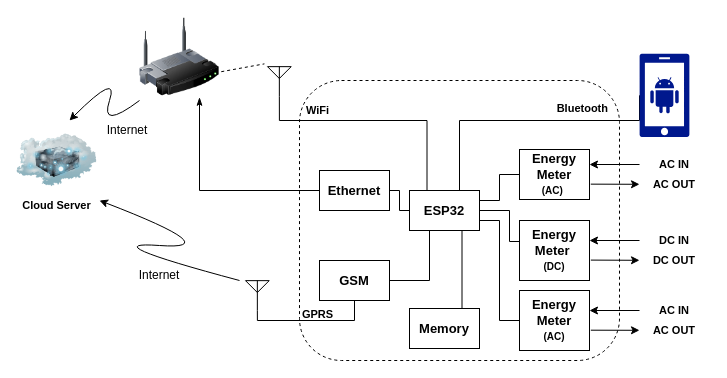
This is page "PV Cloud System" (2 of 2) of PVUnitSystem.drawio from ramadhanafif/photovoltaic_xdp, a draw.io file, before an edit. Source tidied: cells renumbered, new cells numbered last; positions are measured from the earlier drawing's top-left corner, leaving out a move shared by most shapes. Both pictures are drawn from the tidied source at 100%, with x=0, y=0 at pixel (17, 17).
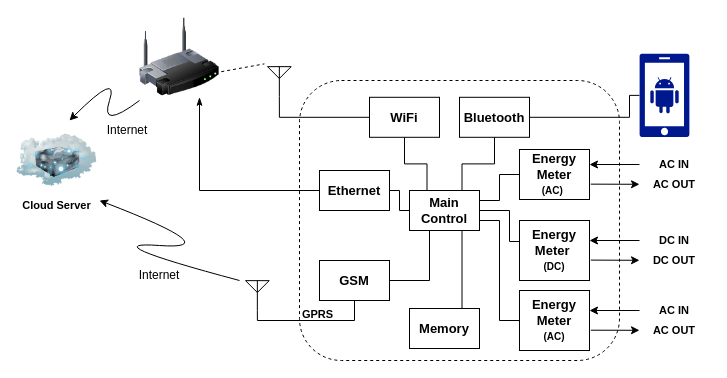
Above is the later version.

Commit message (it also covers changes not shown here):
Rename esp32 to main control

The change refers to these unchanged cells:
```xml
<mxCell id="14" style="verticalLabelPosition=bottom;shadow=0;dashed=0;align=center;html=1;verticalAlign=top;shape=mxgraph.electrical.radio.aerial_-_antenna_2;fontSize=13;" parent="1" vertex="1">
  <mxGeometry x="250" y="49" width="23.7" height="30" as="geometry" />
</mxCell>
<mxCell id="22" style="sketch=0;shadow=0;dashed=0;html=1;strokeColor=none;labelPosition=center;verticalLabelPosition=bottom;verticalAlign=top;align=center;fillColor=#00188D;shape=mxgraph.mscae.enterprise.android_phone;fontSize=11;" parent="1" vertex="1">
  <mxGeometry x="622" y="36.2" width="50" height="83.3" as="geometry" />
</mxCell>
```

The edit, as a diff of the source:
```diff
@@
-    <mxCell id="3" style="edgeStyle=orthogonalEdgeStyle;rounded=0;jettySize=auto;html=1;exitX=0.25;exitY=0;exitDx=0;exitDy=0;fontSize=11;endArrow=none;endFill=0;entryX=0.5;entryY=1;entryDx=0;entryDy=0;entryPerimeter=0;" parent="1" edge="1" source="6" target="14">
+    <mxCell id="3" style="edgeStyle=orthogonalEdgeStyle;rounded=0;jettySize=auto;html=1;fontSize=11;endArrow=none;endFill=0;entryX=0.5;entryY=1;entryDx=0;entryDy=0;entryPerimeter=0;exitX=0;exitY=0.5;exitDx=0;exitDy=0;" parent="1" edge="1" source="15" target="14">
       <mxGeometry relative="1" as="geometry">
         <Array as="points">
-          <mxPoint x="410" y="103" />
-          <mxPoint x="262" y="103" />
+          <mxPoint x="262" y="100" />
         </Array>
       </mxGeometry>
     </mxCell>
@@
-    <mxCell id="5" style="edgeStyle=orthogonalEdgeStyle;rounded=0;jettySize=auto;html=1;exitX=0.5;exitY=0;exitDx=0;exitDy=0;entryX=0;entryY=0.5;entryDx=0;entryDy=0;entryPerimeter=0;fontSize=11;endArrow=none;endFill=0;" parent="1" edge="1" source="6" target="22">
+    <mxCell id="5" style="edgeStyle=orthogonalEdgeStyle;rounded=0;jettySize=auto;html=1;entryX=0;entryY=0.5;entryDx=0;entryDy=0;entryPerimeter=0;fontSize=11;endArrow=none;endFill=0;exitX=1;exitY=0.5;exitDx=0;exitDy=0;" parent="1" edge="1" source="23" target="22">
       <mxGeometry relative="1" as="geometry">
         <Array as="points">
-          <mxPoint x="442" y="173" />
-          <mxPoint x="442" y="103" />
-          <mxPoint x="622" y="103" />
+          <mxPoint x="612" y="100" />
+          <mxPoint x="612" y="78" />
         </Array>
       </mxGeometry>
     </mxCell>
+    <mxCell id="46" style="edgeStyle=orthogonalEdgeStyle;rounded=0;jettySize=auto;html=1;exitX=0.25;exitY=0;exitDx=0;exitDy=0;endArrow=none;endFill=0;" parent="1" edge="1" source="6" target="15">
+      <mxGeometry relative="1" as="geometry" />
+    </mxCell>
+    <mxCell id="47" style="edgeStyle=orthogonalEdgeStyle;rounded=0;jettySize=auto;html=1;exitX=0.75;exitY=0;exitDx=0;exitDy=0;entryX=0.5;entryY=1;entryDx=0;entryDy=0;endArrow=none;endFill=0;" parent="1" edge="1" source="6" target="23">
+      <mxGeometry relative="1" as="geometry" />
+    </mxCell>
-    <mxCell id="6" value="ESP32" style="rounded=0;whiteSpace=wrap;html=1;fontStyle=1;fontSize=13;" parent="1" vertex="1">
+    <mxCell id="6" value="Main Control" style="rounded=0;whiteSpace=wrap;html=1;fontStyle=1;fontSize=13;" parent="1" vertex="1">
       <mxGeometry x="392" y="173" width="70" height="40" as="geometry" />
     </mxCell>
@@
-    <mxCell id="15" value="&lt;b&gt;WiFi&lt;/b&gt;" style="text;html=1;strokeColor=none;fillColor=none;align=center;verticalAlign=middle;whiteSpace=wrap;rounded=0;fontSize=11;rotation=0;" parent="1" vertex="1">
-      <mxGeometry x="283" y="87" width="35" height="11" as="geometry" />
-    </mxCell>
@@
-    <mxCell id="23" value="&lt;b&gt;Bluetooth&lt;/b&gt;" style="text;html=1;strokeColor=none;fillColor=none;align=right;verticalAlign=middle;whiteSpace=wrap;rounded=0;fontSize=11;rotation=0;direction=west;" parent="1" vertex="1">
-      <mxGeometry x="518" y="79" width="75" height="23.5" as="geometry" />
-    </mxCell>
@@
+    <mxCell id="15" value="WiFi" style="rounded=0;whiteSpace=wrap;html=1;fontStyle=1;fontSize=13;" parent="1" vertex="1">
+      <mxGeometry x="352" y="79.8" width="70" height="40" as="geometry" />
+    </mxCell>
+    <mxCell id="23" value="Bluetooth" style="rounded=0;whiteSpace=wrap;html=1;fontStyle=1;fontSize=13;" parent="1" vertex="1">
+      <mxGeometry x="442" y="79.8" width="70" height="40" as="geometry" />
+    </mxCell>
```
